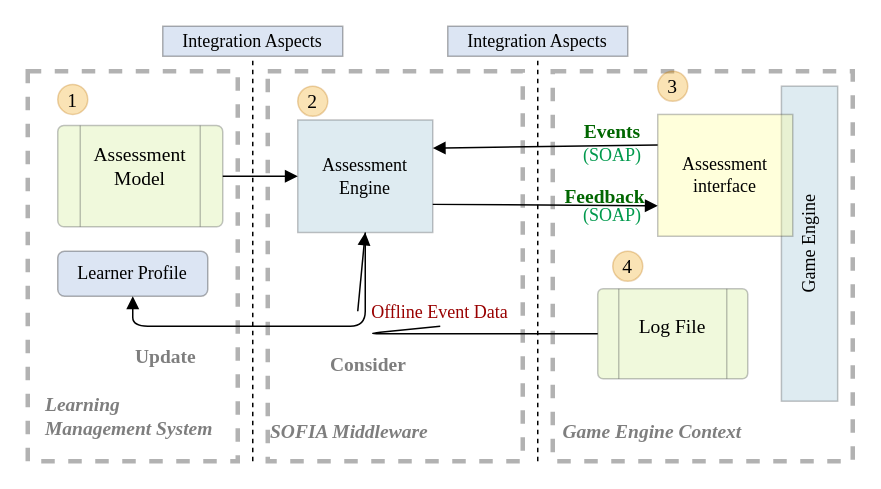
Before: page "SOFIA" (3 of 6) of TheModel.drawio in Kibolabs/Diagrams, a draw.io diagram. Source tidied: cells renumbered, new cells numbered last; positions are measured from the earlier drawing's top-left corner, leaving out a move shared by most shapes. Both pictures are drawn from the tidied source at 150%, with x=0, y=0 at pixel (27, 26).
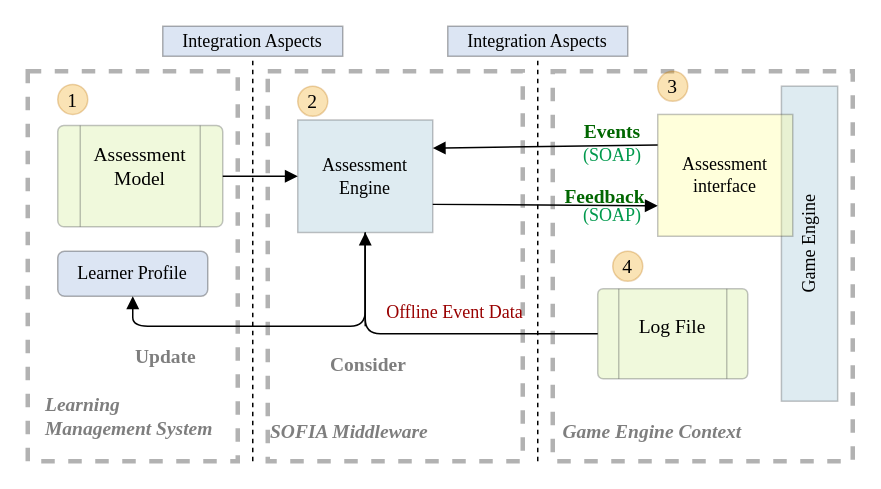
After the change.

Commit message:
Update all diagrams

Unchanged cells that the change refers to:
```xml
<mxCell id="6" value="Assessment Engine" style="rounded=0;whiteSpace=wrap;html=1;strokeWidth=1;opacity=30;strokeColor=#36393d;fillColor=#92BCD1;fontFamily=Times New Roman;" parent="1" vertex="1">
  <mxGeometry x="180" y="62.5" width="90" height="75" as="geometry" />
</mxCell>
<mxCell id="29" style="verticalLabelPosition=bottom;verticalAlign=top;html=1;shape=process;whiteSpace=wrap;rounded=1;size=0.14;arcSize=6;fontSize=13;strokeWidth=1;fillColor=#cdeb8b;opacity=30;strokeColor=#36393d;fontFamily=Times New Roman;" parent="1" vertex="1">
  <mxGeometry x="380" y="175" width="100" height="60" as="geometry" />
</mxCell>
```

Change to the diagram source:
```diff
@@
-    <mxCell id="34" style="html=1;verticalAlign=bottom;endArrow=block;fontSize=13;fillColor=#000000;exitX=0;exitY=0.5;exitDx=0;exitDy=0;entryX=0.5;entryY=1;entryDx=0;entryDy=0;fontFamily=Times New Roman;startArrow=none;" parent="1" edge="1" source="35" target="6">
-      <mxGeometry relative="1" as="geometry" />
+    <mxCell id="34" style="html=1;verticalAlign=bottom;endArrow=block;fontSize=13;fillColor=#000000;entryX=0.5;entryY=1;entryDx=0;entryDy=0;fontFamily=Times New Roman;startArrow=none;" parent="1" edge="1" target="6">
+      <mxGeometry relative="1" as="geometry">
+        <mxPoint x="225" y="200" as="sourcePoint" />
+      </mxGeometry>
     </mxCell>
     <mxCell id="35" value="&lt;font color=&quot;#990000&quot; style=&quot;font-size: 12px&quot;&gt;Offline Event Data&lt;/font&gt;" style="text;html=1;strokeColor=none;fillColor=none;align=center;verticalAlign=middle;whiteSpace=wrap;rounded=0;fontSize=13;opacity=30;fontFamily=Times New Roman;" parent="1" vertex="1">
-      <mxGeometry x="220" y="180" width="110" height="20" as="geometry" />
+      <mxGeometry x="230" y="180" width="110" height="20" as="geometry" />
     </mxCell>
-    <mxCell id="36" style="html=1;verticalAlign=bottom;endArrow=none;fontSize=13;fillColor=#000000;exitX=0;exitY=0.5;exitDx=0;exitDy=0;entryX=0.5;entryY=1;entryDx=0;entryDy=0;fontFamily=Times New Roman;" parent="1" edge="1" source="29" target="35">
+    <mxCell id="36" style="html=1;verticalAlign=bottom;endArrow=none;fontSize=13;fillColor=#000000;exitX=0;exitY=0.5;exitDx=0;exitDy=0;entryX=0.5;entryY=1;entryDx=0;entryDy=0;fontFamily=Times New Roman;" parent="1" edge="1" source="29" target="6">
       <mxGeometry relative="1" as="geometry">
         <Array as="points">
           <mxPoint x="225" y="205" />
         </Array>
       </mxGeometry>
     </mxCell>
```
